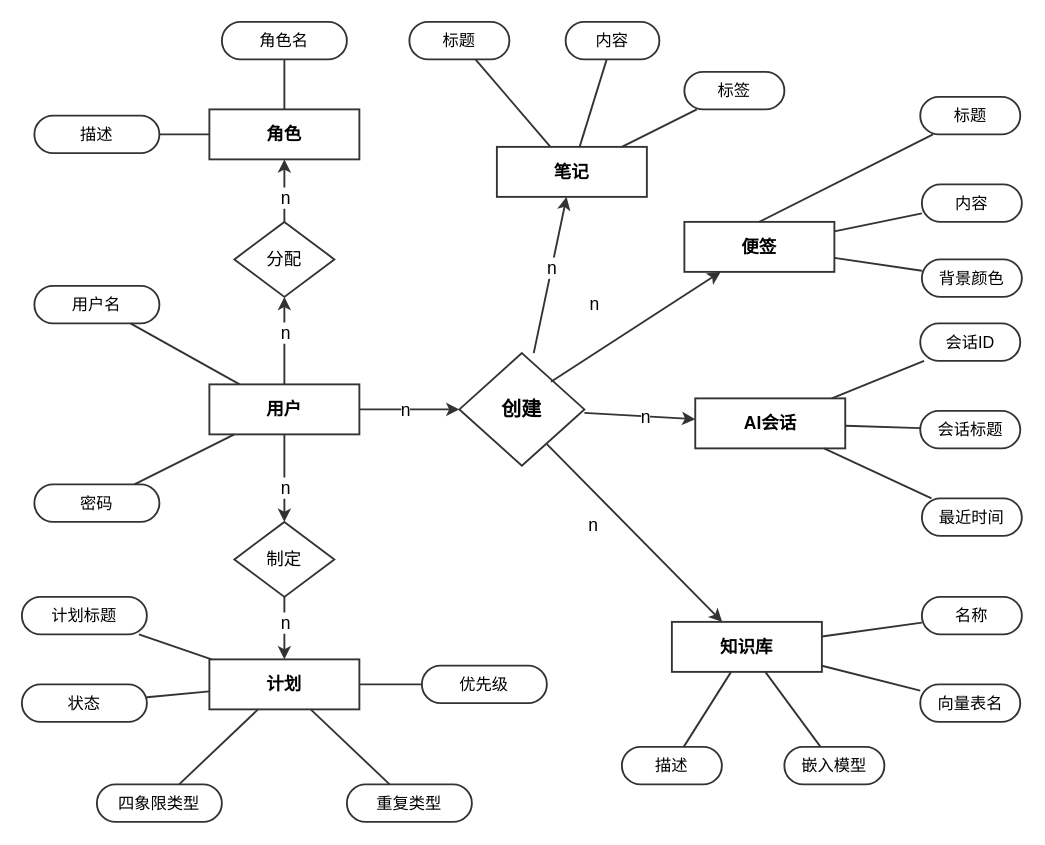
This is ER图.drawio from springleafna/DrawIo, a draw.io file, before an edit. Source tidied: cells renumbered, new cells numbered last; positions are measured from the earlier drawing's top-left corner, leaving out a move shared by most shapes. Both pictures are drawn from the tidied source at 125%, with x=0, y=0 at pixel (21, 21).
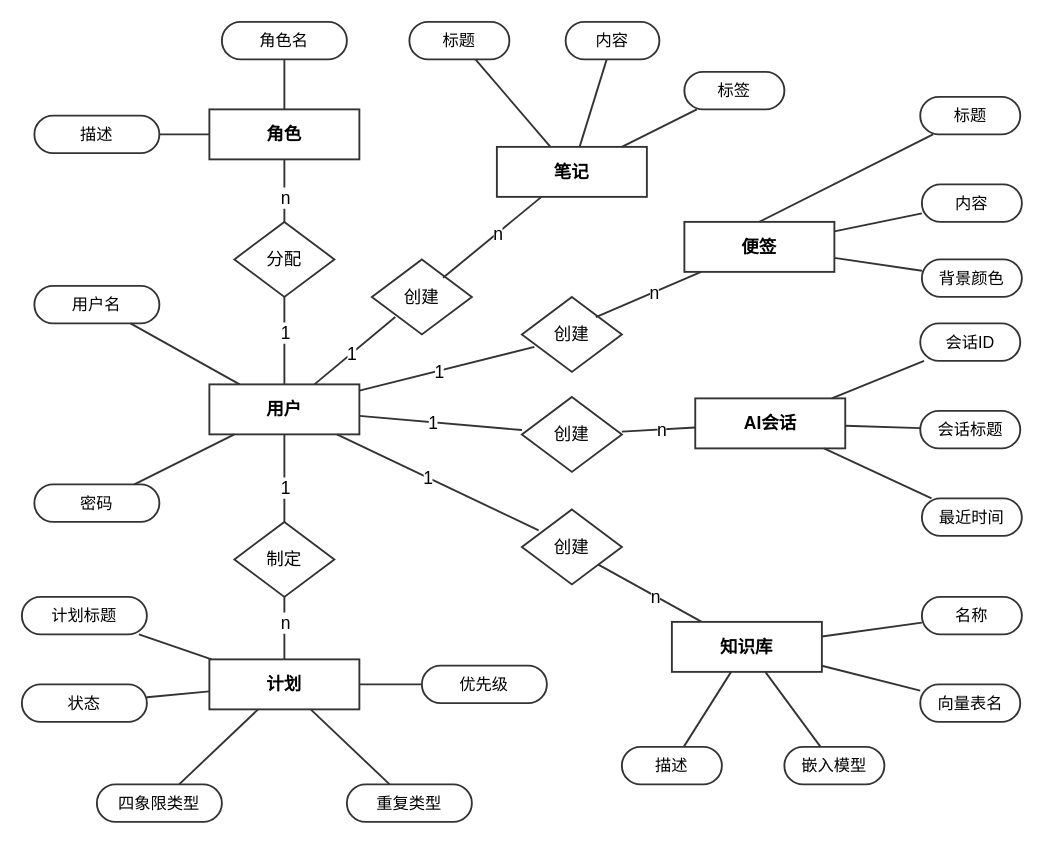
The same diagram, later.

Unchanged cells that the change refers to:
```xml
<mxCell id="2" value="用户" style="rounded=0;whiteSpace=wrap;html=1;strokeWidth=1.5;fillColor=#ffffff;strokeColor=#333333;fontSize=14;fontStyle=1;" parent="1" vertex="1">
  <mxGeometry x="150" y="290" width="120" height="40" as="geometry" />
</mxCell>
<mxCell id="7" value="分配" style="shape=rhombus;whiteSpace=wrap;html=1;strokeWidth=1.5;fillColor=#ffffff;strokeColor=#333333;fontSize=14;" parent="1" vertex="1">
  <mxGeometry x="170" y="160" width="80" height="60" as="geometry" />
</mxCell>
<mxCell id="8" value="角色" style="rounded=0;whiteSpace=wrap;html=1;strokeWidth=1.5;fillColor=#ffffff;strokeColor=#333333;fontSize=14;fontStyle=1;" parent="1" vertex="1">
  <mxGeometry x="150" y="70" width="120" height="40" as="geometry" />
</mxCell>
<mxCell id="17" value="制定" style="shape=rhombus;whiteSpace=wrap;html=1;strokeWidth=1.5;fillColor=#ffffff;strokeColor=#333333;fontSize=14;" parent="1" vertex="1">
  <mxGeometry x="170" y="400" width="80" height="60" as="geometry" />
</mxCell>
<mxCell id="18" value="计划" style="rounded=0;whiteSpace=wrap;html=1;strokeWidth=1.5;fillColor=#ffffff;strokeColor=#333333;fontSize=14;fontStyle=1;" parent="1" vertex="1">
  <mxGeometry x="150" y="510" width="120" height="40" as="geometry" />
</mxCell>
<mxCell id="45" value="便签" style="rounded=0;whiteSpace=wrap;html=1;strokeWidth=1.5;fillColor=#ffffff;strokeColor=#333333;fontSize=14;fontStyle=1;" parent="1" vertex="1">
  <mxGeometry x="530" y="160" width="120" height="40" as="geometry" />
</mxCell>
<mxCell id="52" value="AI会话" style="rounded=0;whiteSpace=wrap;html=1;strokeWidth=1.5;fillColor=#ffffff;strokeColor=#333333;fontSize=14;fontStyle=1;" parent="1" vertex="1">
  <mxGeometry x="538.7" y="301.2" width="120" height="40" as="geometry" />
</mxCell>
<mxCell id="61" value="知识库" style="rounded=0;whiteSpace=wrap;html=1;strokeWidth=1.5;fillColor=#ffffff;strokeColor=#333333;fontSize=14;fontStyle=1;" parent="1" vertex="1">
  <mxGeometry x="520" y="480" width="120" height="40" as="geometry" />
</mxCell>
```

Change to the diagram source:
```diff
@@
-    <mxCell id="9" style="endArrow=classic;html=1;rounded=0;strokeWidth=1.5;strokeColor=#333333;endFill=1;" parent="1" edge="1" source="2" target="7">
+    <mxCell id="9" style="endArrow=none;html=1;rounded=0;strokeWidth=1.5;strokeColor=#333333;" parent="1" edge="1" source="2" target="7">
       <mxGeometry relative="1" as="geometry" />
     </mxCell>
-    <mxCell id="10" value="n" style="edgeLabel;html=1;align=center;verticalAlign=middle;fontSize=14;" parent="9" vertex="1">
+    <mxCell id="10" value="1" style="edgeLabel;html=1;align=center;verticalAlign=middle;fontSize=14;" parent="9" vertex="1">
       <mxGeometry x="0.2" relative="1" as="geometry" />
     </mxCell>
-    <mxCell id="11" style="endArrow=classic;html=1;rounded=0;strokeWidth=1.5;strokeColor=#333333;endFill=1;" parent="1" edge="1" source="7" target="8">
+    <mxCell id="11" style="endArrow=none;html=1;rounded=0;strokeWidth=1.5;strokeColor=#333333;" parent="1" edge="1" source="7" target="8">
       <mxGeometry relative="1" as="geometry" />
     </mxCell>
@@
-    <mxCell id="19" style="endArrow=classic;html=1;rounded=0;strokeWidth=1.5;strokeColor=#333333;endFill=1;" parent="1" edge="1" source="2" target="17">
+    <mxCell id="19" style="endArrow=none;html=1;rounded=0;strokeWidth=1.5;strokeColor=#333333;" parent="1" edge="1" source="2" target="17">
       <mxGeometry relative="1" as="geometry" />
     </mxCell>
-    <mxCell id="20" value="n" style="edgeLabel;html=1;align=center;verticalAlign=middle;fontSize=14;" parent="19" vertex="1">
+    <mxCell id="20" value="1" style="edgeLabel;html=1;align=center;verticalAlign=middle;fontSize=14;" parent="19" vertex="1">
       <mxGeometry x="0.2" relative="1" as="geometry" />
     </mxCell>
-    <mxCell id="21" style="endArrow=classic;html=1;rounded=0;strokeWidth=1.5;strokeColor=#333333;endFill=1;" parent="1" edge="1" source="17" target="18">
+    <mxCell id="21" style="endArrow=none;html=1;rounded=0;strokeWidth=1.5;strokeColor=#333333;" parent="1" edge="1" source="17" target="18">
       <mxGeometry relative="1" as="geometry" />
     </mxCell>
@@
-    <mxCell id="33" value="创建" style="shape=rhombus;whiteSpace=wrap;html=1;strokeWidth=1.5;fillColor=#ffffff;strokeColor=#333333;fontSize=16;fontStyle=1;" parent="1" vertex="1">
-      <mxGeometry x="350" y="265" width="100" height="90" as="geometry" />
-    </mxCell>
-    <mxCell id="34" style="endArrow=classic;html=1;rounded=0;strokeWidth=1.5;strokeColor=#333333;endFill=1;" parent="1" edge="1" source="2" target="33">
-      <mxGeometry relative="1" as="geometry" />
-    </mxCell>
-    <mxCell id="35" value="n" style="edgeLabel;html=1;align=center;verticalAlign=middle;fontSize=14;" parent="34" vertex="1">
-      <mxGeometry x="-0.1" relative="1" as="geometry" />
-    </mxCell>
-    <mxCell id="36" value="笔记" style="rounded=0;whiteSpace=wrap;html=1;strokeWidth=1.5;fillColor=#ffffff;strokeColor=#333333;fontSize=14;fontStyle=1;" parent="1" vertex="1">
-      <mxGeometry x="380" y="100" width="120" height="40" as="geometry" />
-    </mxCell>
+    <mxCell id="74" value="创建" style="shape=rhombus;whiteSpace=wrap;html=1;strokeWidth=1.5;fillColor=#ffffff;strokeColor=#333333;fontSize=14;" parent="1" vertex="1">
+      <mxGeometry x="280" y="190" width="80" height="60" as="geometry" />
+    </mxCell>
+    <mxCell id="75" style="endArrow=none;html=1;rounded=0;strokeWidth=1.5;strokeColor=#333333;entryX=0.234;entryY=0.769;entryDx=0;entryDy=0;entryPerimeter=0;" parent="1" edge="1" source="2" target="74">
+      <mxGeometry relative="1" as="geometry" />
+    </mxCell>
+    <mxCell id="76" value="1" style="edgeLabel;html=1;align=center;verticalAlign=middle;fontSize=14;" parent="75" vertex="1">
+      <mxGeometry x="-0.1" relative="1" as="geometry" />
+    </mxCell>
-    <mxCell id="37" style="endArrow=classic;html=1;rounded=0;strokeWidth=1.5;strokeColor=#333333;endFill=1;" parent="1" edge="1" source="33" target="36">
+    <mxCell id="37" style="endArrow=none;html=1;rounded=0;strokeWidth=1.5;strokeColor=#333333;exitX=0.712;exitY=0.245;exitDx=0;exitDy=0;exitPerimeter=0;" parent="1" edge="1" source="74" target="36">
       <mxGeometry relative="1" as="geometry" />
     </mxCell>
@@
+    <mxCell id="77" value="创建" style="shape=rhombus;whiteSpace=wrap;html=1;strokeWidth=1.5;fillColor=#ffffff;strokeColor=#333333;fontSize=14;" parent="1" vertex="1">
+      <mxGeometry x="400" y="220" width="80" height="60" as="geometry" />
+    </mxCell>
+    <mxCell id="78" style="endArrow=none;html=1;rounded=0;strokeWidth=1.5;strokeColor=#333333;" parent="1" edge="1" source="2">
+      <mxGeometry relative="1" as="geometry">
+        <mxPoint x="410" y="260" as="targetPoint" />
+      </mxGeometry>
+    </mxCell>
+    <mxCell id="79" value="1" style="edgeLabel;html=1;align=center;verticalAlign=middle;fontSize=14;" parent="78" vertex="1">
+      <mxGeometry x="-0.1" relative="1" as="geometry" />
+    </mxCell>
+    <mxCell id="46" style="endArrow=none;html=1;rounded=0;strokeWidth=1.5;strokeColor=#333333;exitX=0.74;exitY=0.269;exitDx=0;exitDy=0;exitPerimeter=0;" parent="1" edge="1" source="77" target="45">
+      <mxGeometry relative="1" as="geometry" />
+    </mxCell>
+    <mxCell id="47" value="n" style="edgeLabel;html=1;align=center;verticalAlign=middle;fontSize=14;" parent="46" vertex="1">
+      <mxGeometry x="0.1" relative="1" as="geometry" />
+    </mxCell>
+    <mxCell id="80" value="创建" style="shape=rhombus;whiteSpace=wrap;html=1;strokeWidth=1.5;fillColor=#ffffff;strokeColor=#333333;fontSize=14;" parent="1" vertex="1">
+      <mxGeometry x="400" y="300" width="80" height="60" as="geometry" />
+    </mxCell>
+    <mxCell id="81" style="endArrow=none;html=1;rounded=0;strokeWidth=1.5;strokeColor=#333333;" parent="1" edge="1" source="2" target="80">
+      <mxGeometry relative="1" as="geometry" />
+    </mxCell>
+    <mxCell id="82" value="1" style="edgeLabel;html=1;align=center;verticalAlign=middle;fontSize=14;" parent="81" vertex="1">
+      <mxGeometry x="-0.1" relative="1" as="geometry" />
+    </mxCell>
+    <mxCell id="53" style="endArrow=none;html=1;rounded=0;strokeWidth=1.5;strokeColor=#333333;" parent="1" edge="1" source="80" target="52">
+      <mxGeometry relative="1" as="geometry" />
+    </mxCell>
+    <mxCell id="54" value="n" style="edgeLabel;html=1;align=center;verticalAlign=middle;fontSize=14;" parent="53" vertex="1">
+      <mxGeometry x="0.1" relative="1" as="geometry" />
+    </mxCell>
+    <mxCell id="83" value="创建" style="shape=rhombus;whiteSpace=wrap;html=1;strokeWidth=1.5;fillColor=#ffffff;strokeColor=#333333;fontSize=14;" parent="1" vertex="1">
+      <mxGeometry x="400" y="390" width="80" height="60" as="geometry" />
+    </mxCell>
+    <mxCell id="84" style="endArrow=none;html=1;rounded=0;strokeWidth=1.5;strokeColor=#333333;entryX=0.168;entryY=0.28;entryDx=0;entryDy=0;entryPerimeter=0;" parent="1" edge="1" source="2" target="83">
+      <mxGeometry relative="1" as="geometry" />
+    </mxCell>
+    <mxCell id="85" value="1" style="edgeLabel;html=1;align=center;verticalAlign=middle;fontSize=14;" parent="84" vertex="1">
+      <mxGeometry x="-0.1" relative="1" as="geometry" />
+    </mxCell>
+    <mxCell id="62" style="endArrow=none;html=1;rounded=0;strokeWidth=1.5;strokeColor=#333333;exitX=0.765;exitY=0.736;exitDx=0;exitDy=0;exitPerimeter=0;" parent="1" edge="1" source="83" target="61">
+      <mxGeometry relative="1" as="geometry" />
+    </mxCell>
+    <mxCell id="63" value="n" style="edgeLabel;html=1;align=center;verticalAlign=middle;fontSize=14;" parent="62" vertex="1">
+      <mxGeometry x="0.1" relative="1" as="geometry" />
+    </mxCell>
+    <mxCell id="36" value="笔记" style="rounded=0;whiteSpace=wrap;html=1;strokeWidth=1.5;fillColor=#ffffff;strokeColor=#333333;fontSize=14;fontStyle=1;" parent="1" vertex="1">
+      <mxGeometry x="380" y="100" width="120" height="40" as="geometry" />
+    </mxCell>
@@
-    <mxCell id="46" style="endArrow=classic;html=1;rounded=0;strokeWidth=1.5;strokeColor=#333333;endFill=1;exitX=0.733;exitY=0.254;exitDx=0;exitDy=0;exitPerimeter=0;" parent="1" edge="1" source="33" target="45">
-      <mxGeometry relative="1" as="geometry" />
-    </mxCell>
-    <mxCell id="47" value="n" style="edgeLabel;html=1;align=center;verticalAlign=middle;fontSize=14;" parent="46" vertex="1">
-      <mxGeometry x="0.1" relative="1" as="geometry">
-        <mxPoint x="-41" y="-14" as="offset" />
-      </mxGeometry>
-    </mxCell>
@@
+    <mxCell id="72" value="标题" style="rounded=1;arcSize=50;whiteSpace=wrap;html=1;strokeWidth=1.5;fillColor=#ffffff;strokeColor=#333333;fontSize=13;" parent="1" vertex="1">
+      <mxGeometry x="718.7" y="60" width="80" height="30" as="geometry" />
+    </mxCell>
+    <mxCell id="73" style="endArrow=none;html=1;rounded=0;strokeWidth=1.5;strokeColor=#333333;exitX=0.5;exitY=0;exitDx=0;exitDy=0;" parent="1" edge="1" source="45" target="72">
+      <mxGeometry relative="1" as="geometry" />
+    </mxCell>
@@
-    <mxCell id="53" style="endArrow=classic;html=1;rounded=0;strokeWidth=1.5;strokeColor=#333333;endFill=1;" parent="1" edge="1" source="33" target="52">
-      <mxGeometry relative="1" as="geometry" />
-    </mxCell>
-    <mxCell id="54" value="n" style="edgeLabel;html=1;align=center;verticalAlign=middle;fontSize=14;" parent="53" vertex="1">
-      <mxGeometry x="0.1" relative="1" as="geometry" />
-    </mxCell>
@@
-    <mxCell id="62" style="endArrow=classic;html=1;rounded=0;strokeWidth=1.5;strokeColor=#333333;endFill=1;exitX=0.7;exitY=0.809;exitDx=0;exitDy=0;exitPerimeter=0;" parent="1" edge="1" source="33" target="61">
-      <mxGeometry relative="1" as="geometry" />
-    </mxCell>
-    <mxCell id="63" value="n" style="edgeLabel;html=1;align=center;verticalAlign=middle;fontSize=14;" parent="62" vertex="1">
-      <mxGeometry x="0.1" relative="1" as="geometry">
-        <mxPoint x="-41" y="-14" as="offset" />
-      </mxGeometry>
-    </mxCell>
@@
-    <mxCell id="72" value="标题" style="rounded=1;arcSize=50;whiteSpace=wrap;html=1;strokeWidth=1.5;fillColor=#ffffff;strokeColor=#333333;fontSize=13;" parent="1" vertex="1">
-      <mxGeometry x="718.7" y="60" width="80" height="30" as="geometry" />
-    </mxCell>
-    <mxCell id="73" style="endArrow=none;html=1;rounded=0;strokeWidth=1.5;strokeColor=#333333;exitX=0.5;exitY=0;exitDx=0;exitDy=0;" parent="1" edge="1" source="45" target="72">
-      <mxGeometry relative="1" as="geometry" />
-    </mxCell>
```
